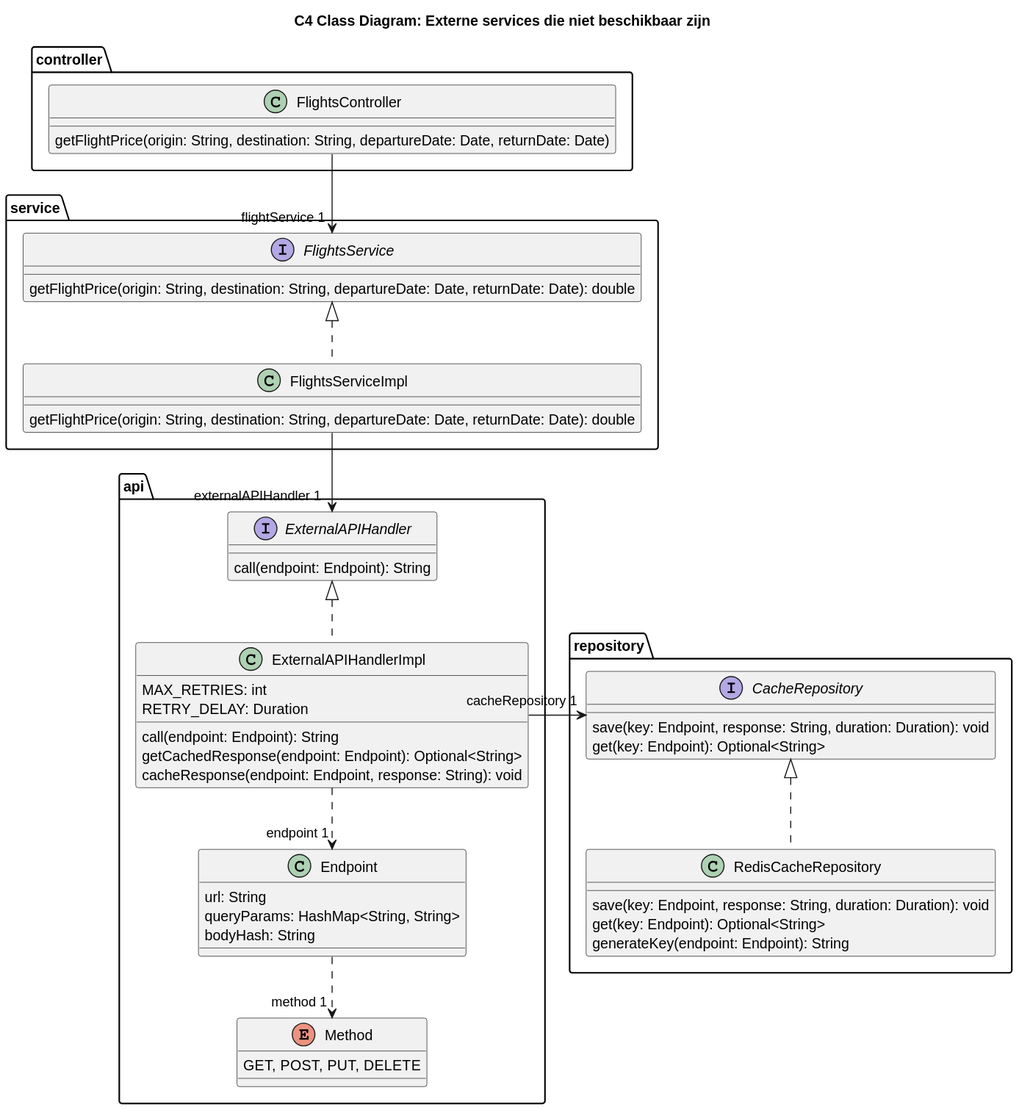
Earlier version of the PlantUML export software-guidebook/sgb-bestanden/ontwerpvragen/Fault Tolerance - class diagram-C4_Class_Diagram___Backend.svg (AIM-ENE-feb25/triptop-groep-4-jochem-roald-stijn-a).
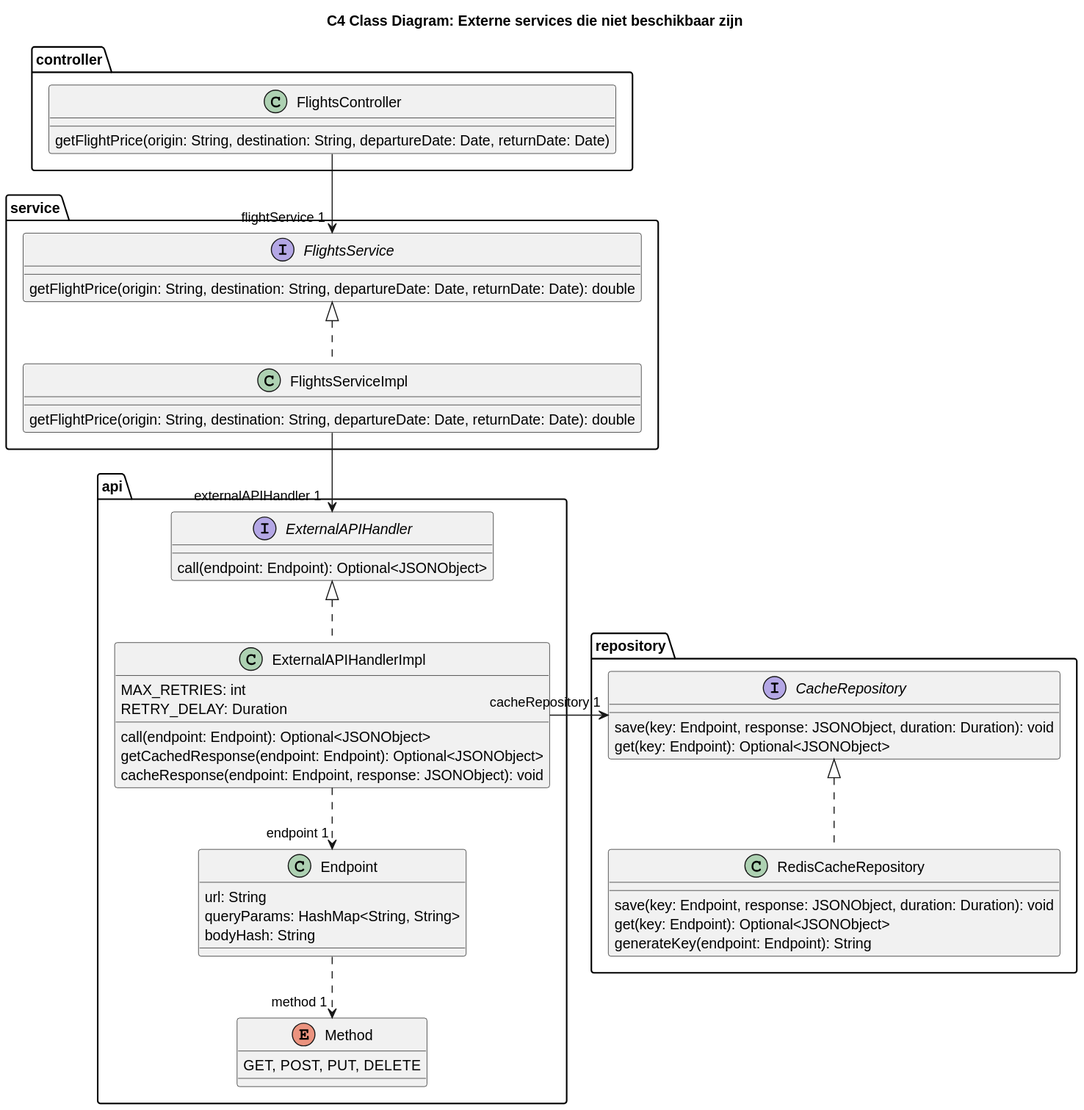
Later version of the same file.

Commit message:
String response vervangen met JSONObject

What changed in the source:
```diff
@@ -22,15 +22,15 @@
 
 package "api" {
     interface ExternalAPIHandler {
-        call(endpoint: Endpoint): String
+        call(endpoint: Endpoint): Optional<JSONObject>
     }
 
     class ExternalAPIHandlerImpl {
         MAX_RETRIES: int
         RETRY_DELAY: Duration
-        call(endpoint: Endpoint): String
-        getCachedResponse(endpoint: Endpoint): Optional<String>
-        cacheResponse(endpoint: Endpoint, response: String): void
+        call(endpoint: Endpoint): Optional<JSONObject>
+        getCachedResponse(endpoint: Endpoint): Optional<JSONObject>
+        cacheResponse(endpoint: Endpoint, response: JSONObject): void
     }
 
     class Endpoint {
@@ -46,13 +46,13 @@
 
 package "repository" {
     interface CacheRepository {
-        save(key: Endpoint, response: String, duration: Duration): void
-        get(key: Endpoint): Optional<String>
+        save(key: Endpoint, response: JSONObject, duration: Duration): void
+        get(key: Endpoint): Optional<JSONObject>
     }
 
     class RedisCacheRepository {
-        save(key: Endpoint, response: String, duration: Duration): void
-        get(key: Endpoint): Optional<String>
+        save(key: Endpoint, response: JSONObject, duration: Duration): void
+        get(key: Endpoint): Optional<JSONObject>
         generateKey(endpoint: Endpoint): String
     }
 }
```
